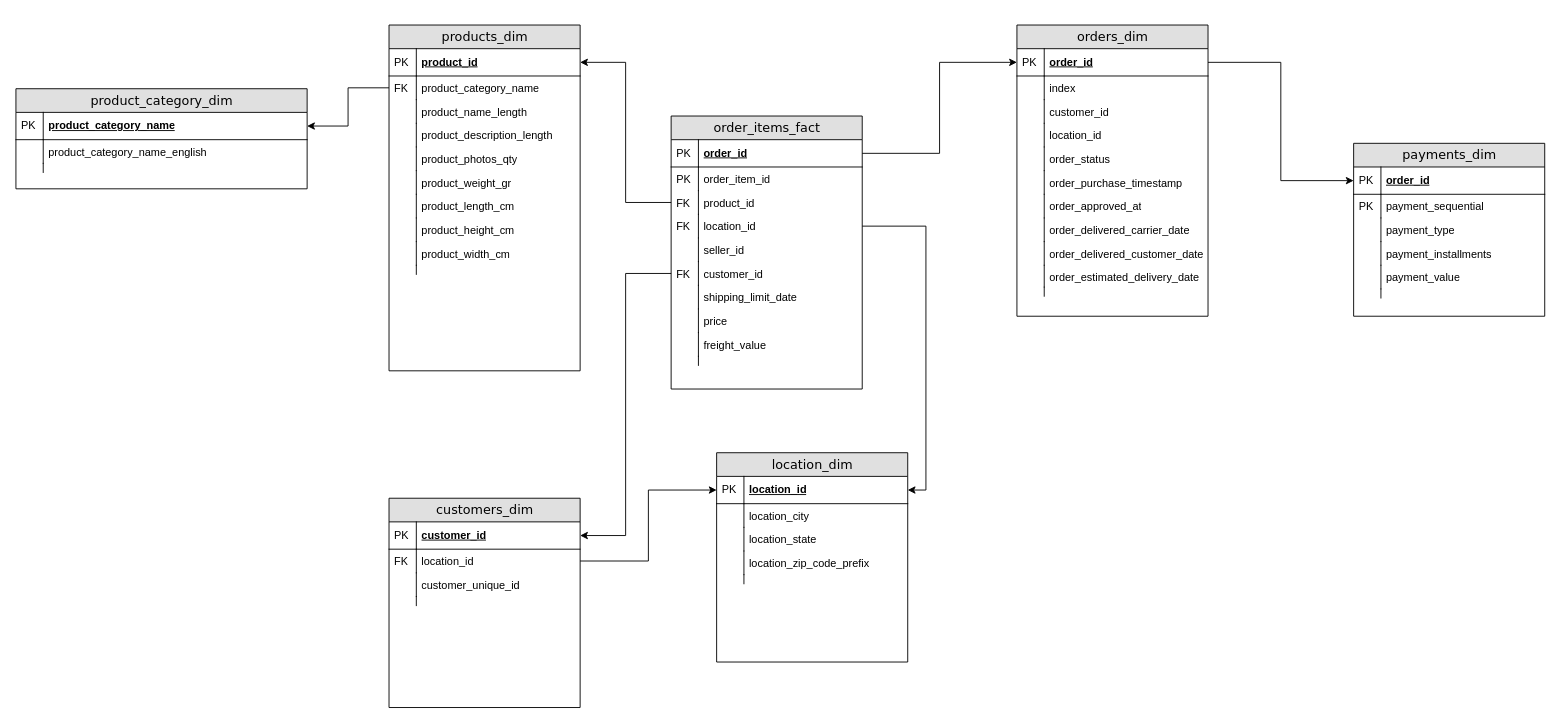
The draw.io diagram resources/star-schema.drawio in ergemp/dwh-challenge, before the edit. Source tidied: cells renumbered, new cells numbered last; positions are measured from the earlier drawing's top-left corner, leaving out a move shared by most shapes. Both pictures are drawn from the tidied source at 91%, with x=0, y=0 at pixel (15, 25).
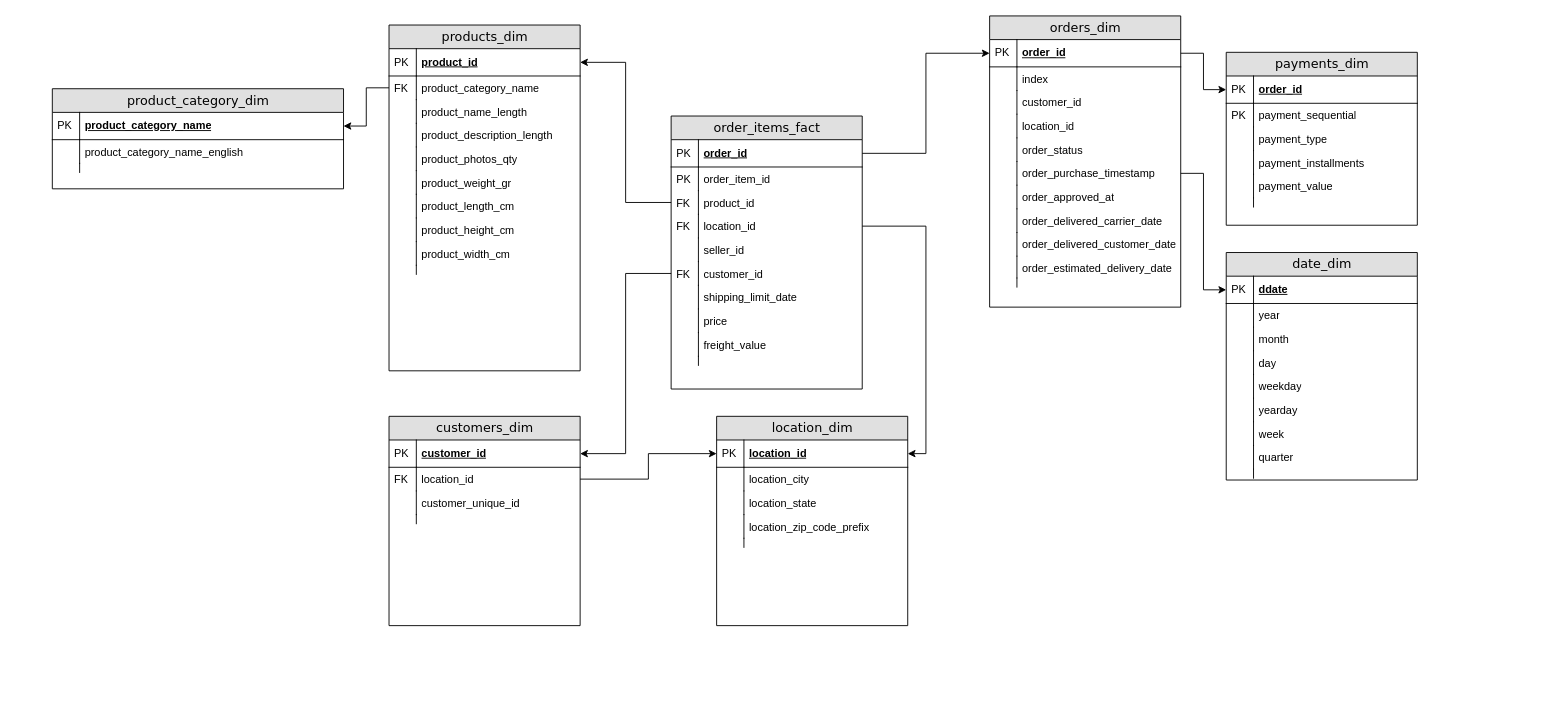
The same page after the edit.

Unchanged cells that the change refers to:
```xml
<mxCell id="85" value="order_purchase_timestamp" style="shape=partialRectangle;top=0;left=0;right=0;bottom=0;html=1;align=left;verticalAlign=top;fillColor=none;spacingLeft=34;spacingRight=4;whiteSpace=wrap;overflow=hidden;points=[[0,0.5],[1,0.5]];portConstraint=eastwest;" parent="74" vertex="1">
  <mxGeometry y="160" width="210" height="26" as="geometry" />
</mxCell>
```

The edit, as a diff of the source:
```diff
@@
     <mxCell id="23" value="customers_dim" style="swimlane;html=1;fontStyle=0;horizontal=1;startSize=26;fillColor=#e0e0e0;swimlaneFillColor=#ffffff;align=center;rounded=0;shadow=0;comic=0;labelBackgroundColor=none;strokeWidth=1;fontFamily=Verdana;fontSize=14;swimlaneLine=1;" parent="1" vertex="1">
-      <mxGeometry x="410" y="520" width="210" height="230" as="geometry" />
+      <mxGeometry x="410" y="430" width="210" height="230" as="geometry" />
     </mxCell>
@@
     <mxCell id="53" value="product_category_dim" style="swimlane;html=1;fontStyle=0;horizontal=1;startSize=26;fillColor=#e0e0e0;swimlaneFillColor=#ffffff;align=center;rounded=0;shadow=0;comic=0;labelBackgroundColor=none;strokeWidth=1;fontFamily=Verdana;fontSize=14;swimlaneLine=1;" parent="1" vertex="1">
-      <mxGeometry y="70" width="320" height="110" as="geometry" />
+      <mxGeometry x="40" y="70" width="320" height="110" as="geometry" />
     </mxCell>
@@
     <mxCell id="61" value="payments_dim" style="swimlane;html=1;fontStyle=0;horizontal=1;startSize=26;fillColor=#e0e0e0;swimlaneFillColor=#ffffff;align=center;rounded=0;shadow=0;comic=0;labelBackgroundColor=none;strokeWidth=1;fontFamily=Verdana;fontSize=14;swimlaneLine=1;" parent="1" vertex="1">
-      <mxGeometry x="1470" y="130" width="210" height="190" as="geometry" />
+      <mxGeometry x="1330" y="30" width="210" height="190" as="geometry" />
     </mxCell>
@@
     <mxCell id="74" value="orders_dim" style="swimlane;html=1;fontStyle=0;horizontal=1;startSize=26;fillColor=#e0e0e0;swimlaneFillColor=#ffffff;align=center;rounded=0;shadow=0;comic=0;labelBackgroundColor=none;strokeWidth=1;fontFamily=Verdana;fontSize=14;swimlaneLine=1;" parent="1" vertex="1">
-      <mxGeometry x="1100" width="210" height="320" as="geometry" />
+      <mxGeometry x="1070" y="-10" width="210" height="320" as="geometry" />
     </mxCell>
@@
     <mxCell id="101" value="location_dim" style="swimlane;html=1;fontStyle=0;horizontal=1;startSize=26;fillColor=#e0e0e0;swimlaneFillColor=#ffffff;align=center;rounded=0;shadow=0;comic=0;labelBackgroundColor=none;strokeWidth=1;fontFamily=Verdana;fontSize=14;swimlaneLine=1;" parent="1" vertex="1">
-      <mxGeometry x="770" y="470" width="210" height="230" as="geometry" />
+      <mxGeometry x="770" y="430" width="210" height="230" as="geometry" />
     </mxCell>
@@
+    <mxCell id="114" value="date_dim" style="swimlane;html=1;fontStyle=0;horizontal=1;startSize=26;fillColor=#e0e0e0;swimlaneFillColor=#ffffff;align=center;rounded=0;shadow=0;comic=0;labelBackgroundColor=none;strokeWidth=1;fontFamily=Verdana;fontSize=14;swimlaneLine=1;" parent="1" vertex="1">
+      <mxGeometry x="1330" y="250" width="210" height="250" as="geometry" />
+    </mxCell>
+    <mxCell id="115" value="ddate" style="shape=partialRectangle;top=0;left=0;right=0;bottom=1;html=1;align=left;verticalAlign=middle;fillColor=none;spacingLeft=34;spacingRight=4;whiteSpace=wrap;overflow=hidden;points=[[0,0.5],[1,0.5]];portConstraint=eastwest;fontStyle=5;" parent="114" vertex="1">
+      <mxGeometry y="26" width="210" height="30" as="geometry" />
+    </mxCell>
+    <mxCell id="116" value="PK" style="shape=partialRectangle;top=0;left=0;bottom=0;html=1;fillColor=none;align=left;verticalAlign=middle;spacingLeft=4;spacingRight=4;whiteSpace=wrap;overflow=hidden;" parent="115" vertex="1">
+      <mxGeometry width="30" height="30" as="geometry" />
+    </mxCell>
+    <mxCell id="117" value="year" style="shape=partialRectangle;top=0;left=0;right=0;bottom=0;html=1;align=left;verticalAlign=top;fillColor=none;spacingLeft=34;spacingRight=4;whiteSpace=wrap;overflow=hidden;" parent="114" vertex="1">
+      <mxGeometry y="56" width="210" height="26" as="geometry" />
+    </mxCell>
+    <mxCell id="118" style="shape=partialRectangle;top=0;left=0;bottom=0;html=1;fillColor=none;align=left;verticalAlign=top;spacingLeft=4;spacingRight=4;whiteSpace=wrap;overflow=hidden;" parent="117" vertex="1">
+      <mxGeometry width="30" height="26" as="geometry" />
+    </mxCell>
+    <mxCell id="119" value="month" style="shape=partialRectangle;top=0;left=0;right=0;bottom=0;html=1;align=left;verticalAlign=top;fillColor=none;spacingLeft=34;spacingRight=4;whiteSpace=wrap;overflow=hidden;" parent="114" vertex="1">
+      <mxGeometry y="82" width="210" height="26" as="geometry" />
+    </mxCell>
+    <mxCell id="120" style="shape=partialRectangle;top=0;left=0;bottom=0;html=1;fillColor=none;align=left;verticalAlign=top;spacingLeft=4;spacingRight=4;whiteSpace=wrap;overflow=hidden;" parent="119" vertex="1">
+      <mxGeometry width="30" height="26" as="geometry" />
+    </mxCell>
+    <mxCell id="121" value="day" style="shape=partialRectangle;top=0;left=0;right=0;bottom=0;html=1;align=left;verticalAlign=top;fillColor=none;spacingLeft=34;spacingRight=4;whiteSpace=wrap;overflow=hidden;" parent="114" vertex="1">
+      <mxGeometry y="108" width="210" height="26" as="geometry" />
+    </mxCell>
+    <mxCell id="122" style="shape=partialRectangle;top=0;left=0;bottom=0;html=1;fillColor=none;align=left;verticalAlign=top;spacingLeft=4;spacingRight=4;whiteSpace=wrap;overflow=hidden;" parent="121" vertex="1">
+      <mxGeometry width="30" height="26" as="geometry" />
+    </mxCell>
+    <mxCell id="123" value="weekday" style="shape=partialRectangle;top=0;left=0;right=0;bottom=0;html=1;align=left;verticalAlign=top;fillColor=none;spacingLeft=34;spacingRight=4;whiteSpace=wrap;overflow=hidden;" parent="114" vertex="1">
+      <mxGeometry y="134" width="210" height="26" as="geometry" />
+    </mxCell>
+    <mxCell id="124" style="shape=partialRectangle;top=0;left=0;bottom=0;html=1;fillColor=none;align=left;verticalAlign=top;spacingLeft=4;spacingRight=4;whiteSpace=wrap;overflow=hidden;" parent="123" vertex="1">
+      <mxGeometry width="30" height="26" as="geometry" />
+    </mxCell>
+    <mxCell id="125" value="yearday" style="shape=partialRectangle;top=0;left=0;right=0;bottom=0;html=1;align=left;verticalAlign=top;fillColor=none;spacingLeft=34;spacingRight=4;whiteSpace=wrap;overflow=hidden;" parent="114" vertex="1">
+      <mxGeometry y="160" width="210" height="26" as="geometry" />
+    </mxCell>
+    <mxCell id="126" style="shape=partialRectangle;top=0;left=0;bottom=0;html=1;fillColor=none;align=left;verticalAlign=top;spacingLeft=4;spacingRight=4;whiteSpace=wrap;overflow=hidden;" parent="125" vertex="1">
+      <mxGeometry width="30" height="26" as="geometry" />
+    </mxCell>
+    <mxCell id="127" value="week" style="shape=partialRectangle;top=0;left=0;right=0;bottom=0;html=1;align=left;verticalAlign=top;fillColor=none;spacingLeft=34;spacingRight=4;whiteSpace=wrap;overflow=hidden;" parent="114" vertex="1">
+      <mxGeometry y="186" width="210" height="26" as="geometry" />
+    </mxCell>
+    <mxCell id="128" style="shape=partialRectangle;top=0;left=0;bottom=0;html=1;fillColor=none;align=left;verticalAlign=top;spacingLeft=4;spacingRight=4;whiteSpace=wrap;overflow=hidden;" parent="127" vertex="1">
+      <mxGeometry width="30" height="26" as="geometry" />
+    </mxCell>
+    <mxCell id="129" value="quarter" style="shape=partialRectangle;top=0;left=0;right=0;bottom=0;html=1;align=left;verticalAlign=top;fillColor=none;spacingLeft=34;spacingRight=4;whiteSpace=wrap;overflow=hidden;" parent="114" vertex="1">
+      <mxGeometry y="212" width="210" height="26" as="geometry" />
+    </mxCell>
+    <mxCell id="130" style="shape=partialRectangle;top=0;left=0;bottom=0;html=1;fillColor=none;align=left;verticalAlign=top;spacingLeft=4;spacingRight=4;whiteSpace=wrap;overflow=hidden;" parent="129" vertex="1">
+      <mxGeometry width="30" height="26" as="geometry" />
+    </mxCell>
+    <mxCell id="131" style="shape=partialRectangle;top=0;left=0;right=0;bottom=0;html=1;align=left;verticalAlign=top;fillColor=none;spacingLeft=34;spacingRight=4;whiteSpace=wrap;overflow=hidden;" parent="114" vertex="1">
+      <mxGeometry y="238" width="210" height="10" as="geometry" />
+    </mxCell>
+    <mxCell id="132" style="shape=partialRectangle;top=0;left=0;bottom=0;html=1;fillColor=none;align=left;verticalAlign=top;spacingLeft=4;spacingRight=4;whiteSpace=wrap;overflow=hidden;" parent="131" vertex="1">
+      <mxGeometry width="30" height="10" as="geometry" />
+    </mxCell>
+    <mxCell id="133" style="edgeStyle=orthogonalEdgeStyle;rounded=0;jettySize=auto;html=1;" parent="1" edge="1" source="85" target="115">
+      <mxGeometry relative="1" as="geometry" />
+    </mxCell>
```
